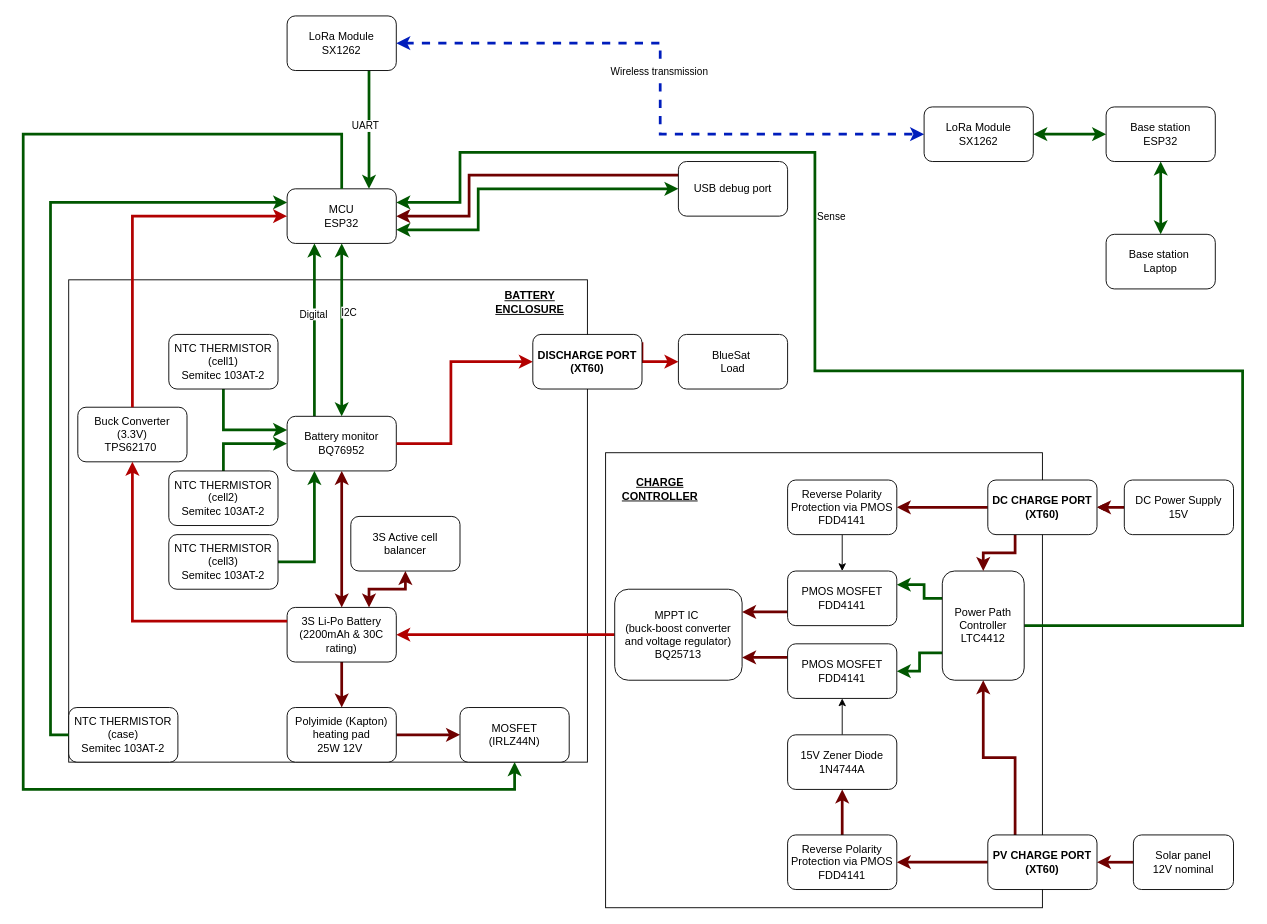
Before: Felix_DRAFT_BMS_ELEC3117.drawio in Chainsawfelix/ELEC3117-BLUESAT, a draw.io diagram. Source tidied: cells renumbered, new cells numbered last; positions are measured from the earlier drawing's top-left corner, leaving out a move shared by most shapes. Both pictures are drawn from the tidied source at 91%, with x=0, y=0 at pixel (23, 15).
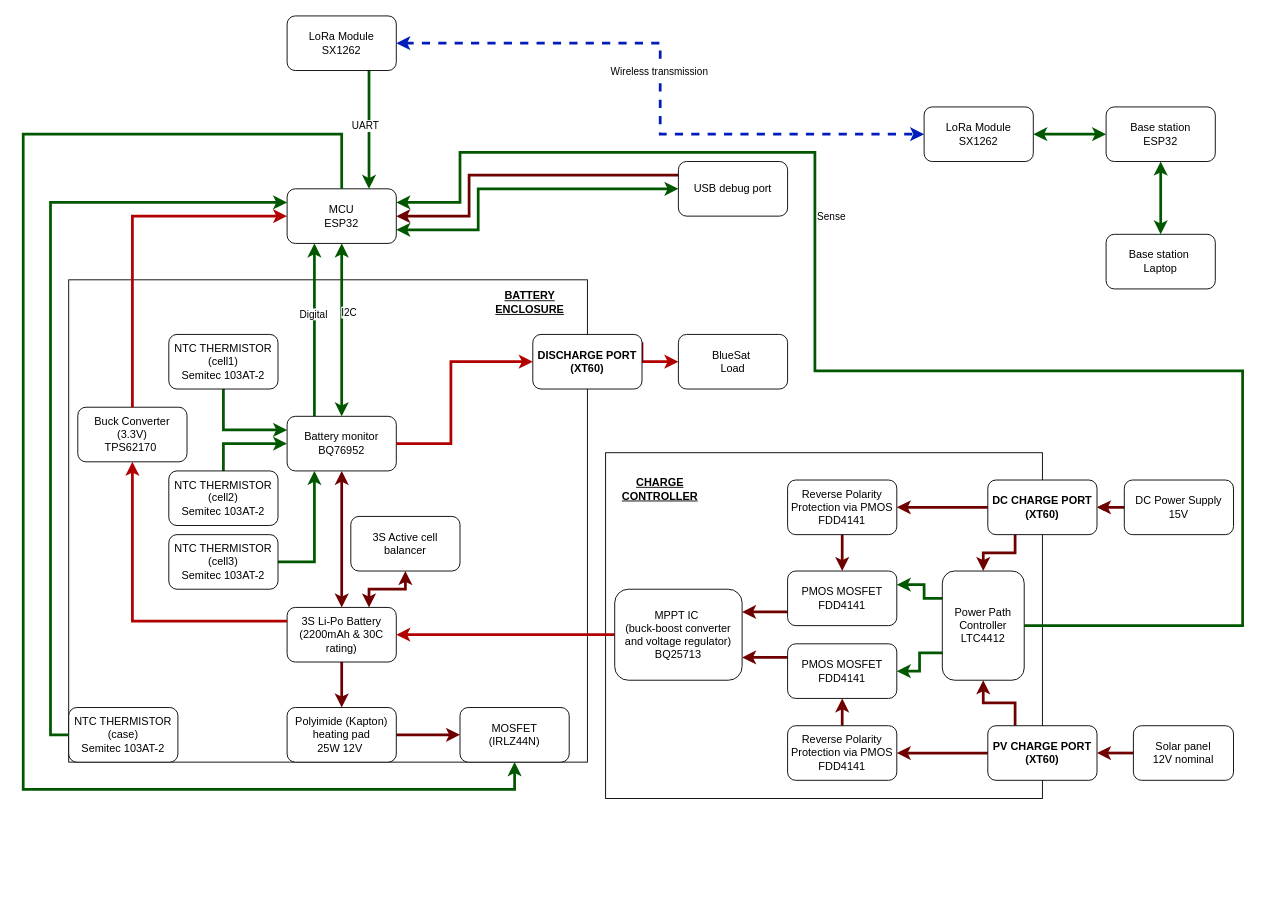
Above is the later version.

Unchanged cells that the change refers to:
```xml
<mxCell id="61" value="Reverse Polarity&lt;br&gt;Protection via PMOS&lt;br&gt;FDD4141" style="rounded=1;whiteSpace=wrap;html=1;" parent="1" vertex="1">
  <mxGeometry x="840" y="510" width="120" height="60" as="geometry" />
</mxCell>
<mxCell id="74" value="PMOS MOSFET&lt;br&gt;FDD4141" style="rounded=1;whiteSpace=wrap;html=1;" parent="1" vertex="1">
  <mxGeometry x="840" y="610" width="120" height="60" as="geometry" />
</mxCell>
<mxCell id="76" value="PMOS MOSFET&lt;br&gt;FDD4141" style="rounded=1;whiteSpace=wrap;html=1;" parent="1" vertex="1">
  <mxGeometry x="840" y="690" width="120" height="60" as="geometry" />
</mxCell>
```

The edit, as a diff of the source:
```diff
@@
     <mxCell id="2" style="rounded=0;whiteSpace=wrap;html=1;" parent="1" vertex="1">
-      <mxGeometry x="640" y="480" width="480" height="500" as="geometry" />
+      <mxGeometry x="640" y="480" width="480" height="380" as="geometry" />
     </mxCell>
@@
-    <mxCell id="29" style="edgeStyle=orthogonalEdgeStyle;rounded=0;jettySize=auto;html=1;exitX=0.5;exitY=0;exitDx=0;exitDy=0;entryX=0.5;entryY=1;entryDx=0;entryDy=0;fillColor=#a20025;strokeColor=#6F0000;strokeWidth=3;" parent="1" edge="1" source="30" target="59">
+    <mxCell id="29" style="edgeStyle=orthogonalEdgeStyle;rounded=0;jettySize=auto;html=1;exitX=0.5;exitY=0;exitDx=0;exitDy=0;entryX=0.5;entryY=1;entryDx=0;entryDy=0;fillColor=#a20025;strokeColor=#6F0000;strokeWidth=3;" parent="1" edge="1" source="30" target="76">
       <mxGeometry relative="1" as="geometry" />
     </mxCell>
     <mxCell id="30" value="Reverse Polarity&lt;br&gt;Protection via PMOS&lt;br&gt;FDD4141" style="rounded=1;whiteSpace=wrap;html=1;" parent="1" vertex="1">
-      <mxGeometry x="840" y="900" width="120" height="60" as="geometry" />
+      <mxGeometry x="840" y="780" width="120" height="60" as="geometry" />
     </mxCell>
@@
     <mxCell id="35" value="Solar panel&lt;div&gt;12V nominal&lt;/div&gt;" style="rounded=1;whiteSpace=wrap;html=1;" parent="1" vertex="1">
-      <mxGeometry x="1220" y="900" width="110" height="60" as="geometry" />
+      <mxGeometry x="1220" y="780" width="110" height="60" as="geometry" />
     </mxCell>
@@
-    <mxCell id="58" style="edgeStyle=orthogonalEdgeStyle;rounded=0;jettySize=auto;html=1;exitX=0.5;exitY=0;exitDx=0;exitDy=0;entryX=0.5;entryY=1;entryDx=0;entryDy=0;" parent="1" edge="1" source="59" target="76">
-      <mxGeometry relative="1" as="geometry" />
-    </mxCell>
-    <mxCell id="59" value="15V Zener Diode&lt;br&gt;1N4744A" style="rounded=1;whiteSpace=wrap;html=1;" parent="1" vertex="1">
-      <mxGeometry x="840" y="790" width="120" height="60" as="geometry" />
-    </mxCell>
-    <mxCell id="60" style="edgeStyle=orthogonalEdgeStyle;rounded=0;jettySize=auto;html=1;exitX=0.5;exitY=1;exitDx=0;exitDy=0;entryX=0.5;entryY=0;entryDx=0;entryDy=0;" parent="1" edge="1" source="61" target="74">
+    <mxCell id="60" style="edgeStyle=orthogonalEdgeStyle;rounded=0;jettySize=auto;html=1;exitX=0.5;exitY=1;exitDx=0;exitDy=0;entryX=0.5;entryY=0;entryDx=0;entryDy=0;strokeWidth=3;fillColor=#a20025;strokeColor=#6F0000;" parent="1" edge="1" source="61" target="74">
       <mxGeometry relative="1" as="geometry" />
     </mxCell>
@@
     <mxCell id="69" value="&lt;b&gt;&lt;font style=&quot;color: light-dark(rgb(0, 0, 0), rgb(0, 0, 0));&quot;&gt;PV CHARGE PORT&lt;/font&gt;&lt;/b&gt;&lt;div&gt;&lt;b&gt;&lt;font style=&quot;color: light-dark(rgb(0, 0, 0), rgb(0, 0, 0));&quot;&gt;(XT60)&lt;/font&gt;&lt;/b&gt;&lt;/div&gt;" style="rounded=1;whiteSpace=wrap;html=1;fillColor=light-dark(#FFFFFF,#FF8000);" parent="1" vertex="1">
-      <mxGeometry x="1060" y="900" width="120" height="60" as="geometry" />
+      <mxGeometry x="1060" y="780" width="120" height="60" as="geometry" />
     </mxCell>
```
